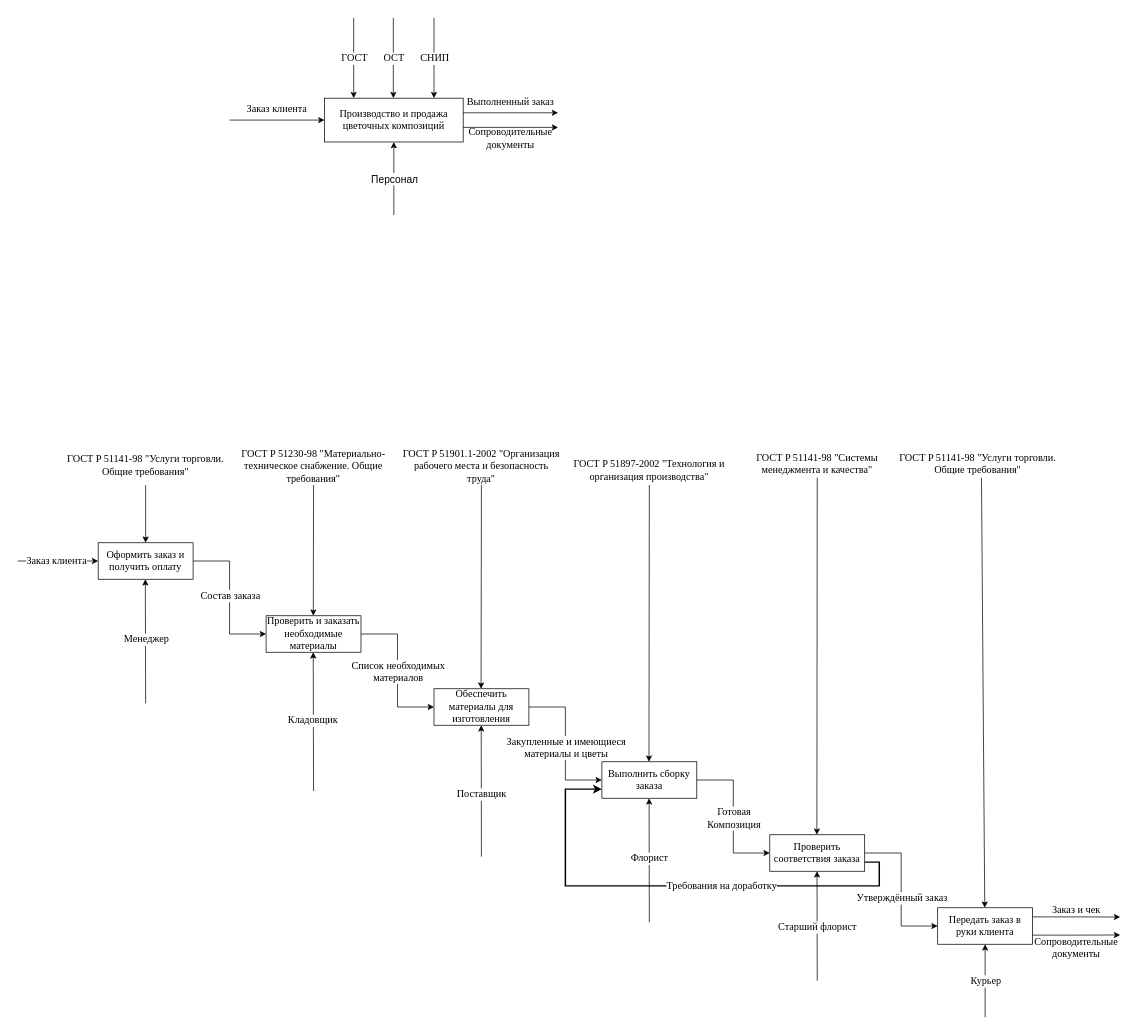
Above: LAB1.drawio in 1kxri/MISPIS (draw.io), before the change. Source tidied: cells renumbered, new cells numbered last; positions are measured from the earlier drawing's top-left corner, leaving out a move shared by most shapes. Both pictures are drawn from the tidied source at 73%, with x=0, y=0 at pixel (18, 18).
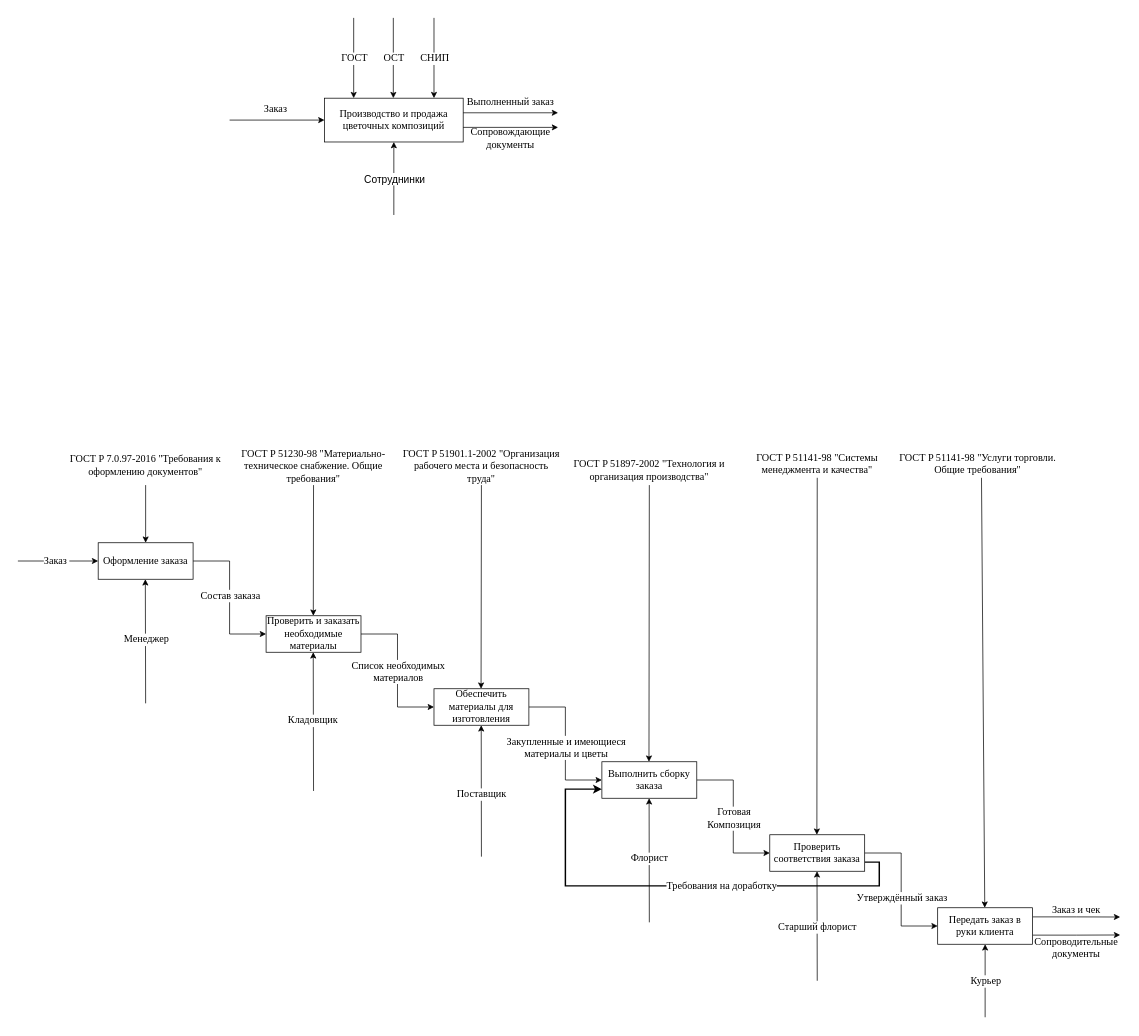
The same page after the edit.

Unchanged cells that the change refers to:
```xml
<mxCell id="8" style="endArrow=classic;html=1;rounded=0;entryX=0.5;entryY=1;entryDx=0;entryDy=0;" parent="1" edge="1" target="5">
  <mxGeometry relative="1" as="geometry">
    <mxPoint x="515" y="270" as="sourcePoint" />
  </mxGeometry>
</mxCell>
<mxCell id="33" style="endArrow=classic;html=1;rounded=0;entryX=0;entryY=0.5;entryDx=0;entryDy=0;" parent="1" edge="1" target="32">
  <mxGeometry relative="1" as="geometry">
    <mxPoint y="744" as="sourcePoint" />
  </mxGeometry>
</mxCell>
```

What changed in the source:
```diff
@@
-    <mxCell id="9" value="&lt;font style=&quot;font-size: 14px;&quot;&gt;Персонал&lt;/font&gt;" style="edgeLabel;html=1;align=center;verticalAlign=middle;" parent="8" vertex="1">
+    <mxCell id="9" value="&lt;font style=&quot;font-size: 14px;&quot;&gt;Сотруднинки&lt;/font&gt;" style="edgeLabel;html=1;align=center;verticalAlign=middle;" parent="8" vertex="1">
       <mxGeometry relative="1" as="geometry" />
     </mxCell>
@@
-    <mxCell id="12" value="&lt;font face=&quot;Times New Roman&quot;&gt;Заказ клиента&lt;/font&gt;" style="text;html=1;whiteSpace=wrap;strokeColor=none;fillColor=none;align=center;verticalAlign=middle;rounded=0;fontSize=14;" parent="1" vertex="1">
+    <mxCell id="12" value="&lt;font face=&quot;Times New Roman&quot;&gt;Заказ&amp;nbsp;&lt;/font&gt;" style="text;html=1;whiteSpace=wrap;strokeColor=none;fillColor=none;align=center;verticalAlign=middle;rounded=0;fontSize=14;" parent="1" vertex="1">
       <mxGeometry x="290" y="110" width="130" height="30" as="geometry" />
     </mxCell>
@@
-    <mxCell id="15" value="&lt;font face=&quot;Times New Roman&quot;&gt;Сопроводительные документы&lt;/font&gt;" style="text;html=1;whiteSpace=wrap;strokeColor=none;fillColor=none;align=center;verticalAlign=middle;rounded=0;fontSize=14;" parent="1" vertex="1">
+    <mxCell id="15" value="&lt;font face=&quot;Times New Roman&quot;&gt;Сопровождающие документы&lt;/font&gt;" style="text;html=1;whiteSpace=wrap;strokeColor=none;fillColor=none;align=center;verticalAlign=middle;rounded=0;fontSize=14;" parent="1" vertex="1">
       <mxGeometry x="610" y="150" width="130" height="30" as="geometry" />
     </mxCell>
@@
-    <mxCell id="32" value="Оформить заказ и получить оплату" style="rounded=0;whiteSpace=wrap;html=1;fontFamily=Times New Roman;fontSize=14;" parent="1" vertex="1">
+    <mxCell id="32" value="Оформление заказа" style="rounded=0;whiteSpace=wrap;html=1;fontFamily=Times New Roman;fontSize=14;" parent="1" vertex="1">
       <mxGeometry x="110" y="719" width="130" height="50" as="geometry" />
     </mxCell>
@@
-    <mxCell id="34" value="&lt;font face=&quot;Times New Roman&quot; style=&quot;font-size: 14px;&quot;&gt;Заказ клиента&lt;/font&gt;" style="edgeLabel;html=1;align=center;verticalAlign=middle;" parent="33" vertex="1">
+    <mxCell id="34" value="&lt;font face=&quot;Times New Roman&quot; style=&quot;font-size: 14px;&quot;&gt;Заказ&amp;nbsp;&lt;/font&gt;" style="edgeLabel;html=1;align=center;verticalAlign=middle;" parent="33" vertex="1">
       <mxGeometry x="-0.12" relative="1" as="geometry">
         <mxPoint x="4" as="offset" />
       </mxGeometry>
     </mxCell>
@@
-    <mxCell id="53" value="&lt;font face=&quot;Times New Roman&quot; style=&quot;font-size: 14px;&quot;&gt;ГОСТ P 51141-98 &quot;Услуги торговли. Общие требования&quot;&lt;/font&gt;" style="text;html=1;whiteSpace=wrap;strokeColor=none;fillColor=none;align=center;verticalAlign=middle;rounded=0;" parent="1" vertex="1">
+    <mxCell id="53" value="&lt;font face=&quot;Times New Roman&quot; style=&quot;font-size: 14px;&quot;&gt;ГОСТ P 7.0.97-2016 &quot;Требования к оформлению документов&quot;&lt;/font&gt;" style="text;html=1;whiteSpace=wrap;strokeColor=none;fillColor=none;align=center;verticalAlign=middle;rounded=0;" parent="1" vertex="1">
       <mxGeometry x="65" y="598" width="220" height="30" as="geometry" />
     </mxCell>
```
